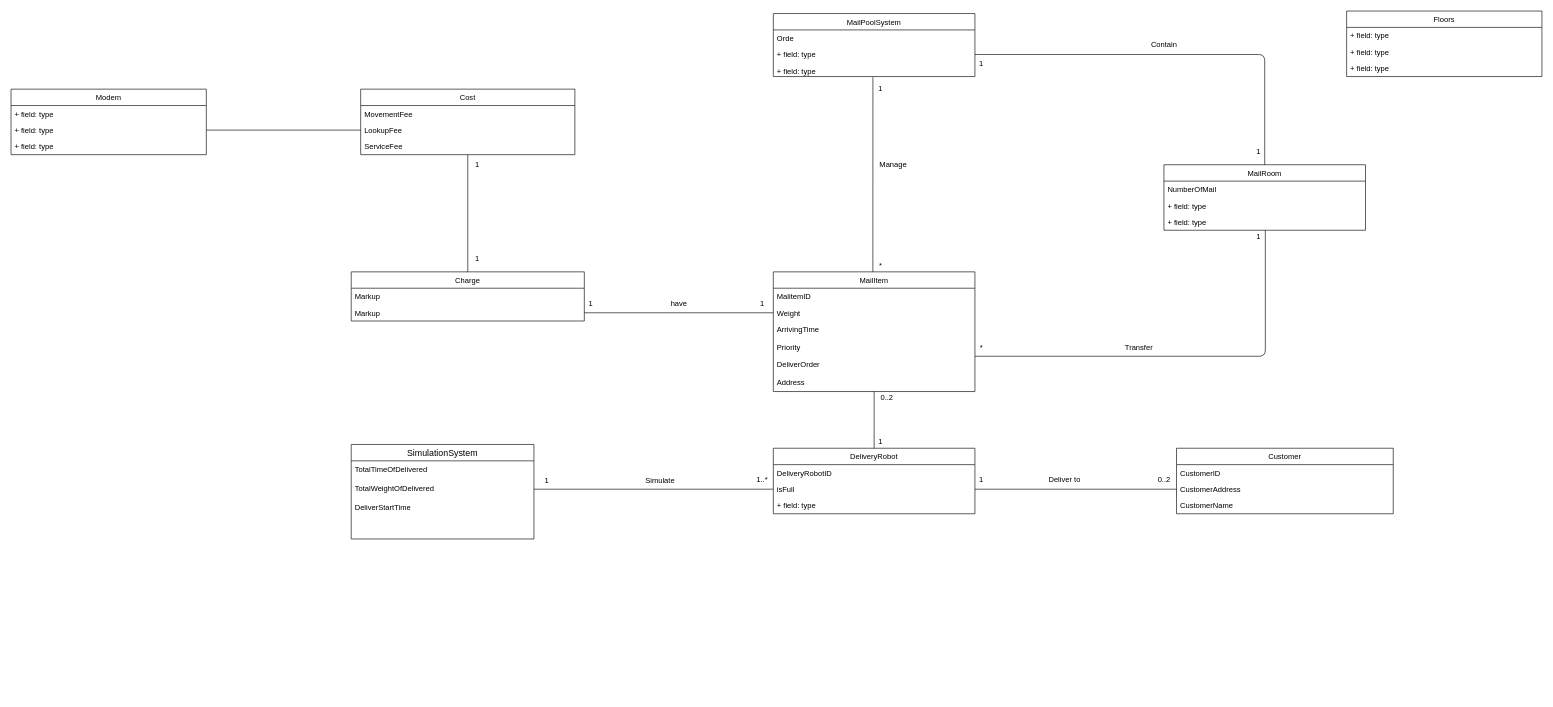
UOM-Su/swen30006-Project-1 keeps this draw.io diagram as Automail/Domain-Model.drawio. Above is the earlier version. Source tidied: cells renumbered, new cells numbered last; positions are measured from the earlier drawing's top-left corner, leaving out a move shared by most shapes. Both pictures are drawn from the tidied source at 63%, with x=0, y=0 at pixel (11, 11).
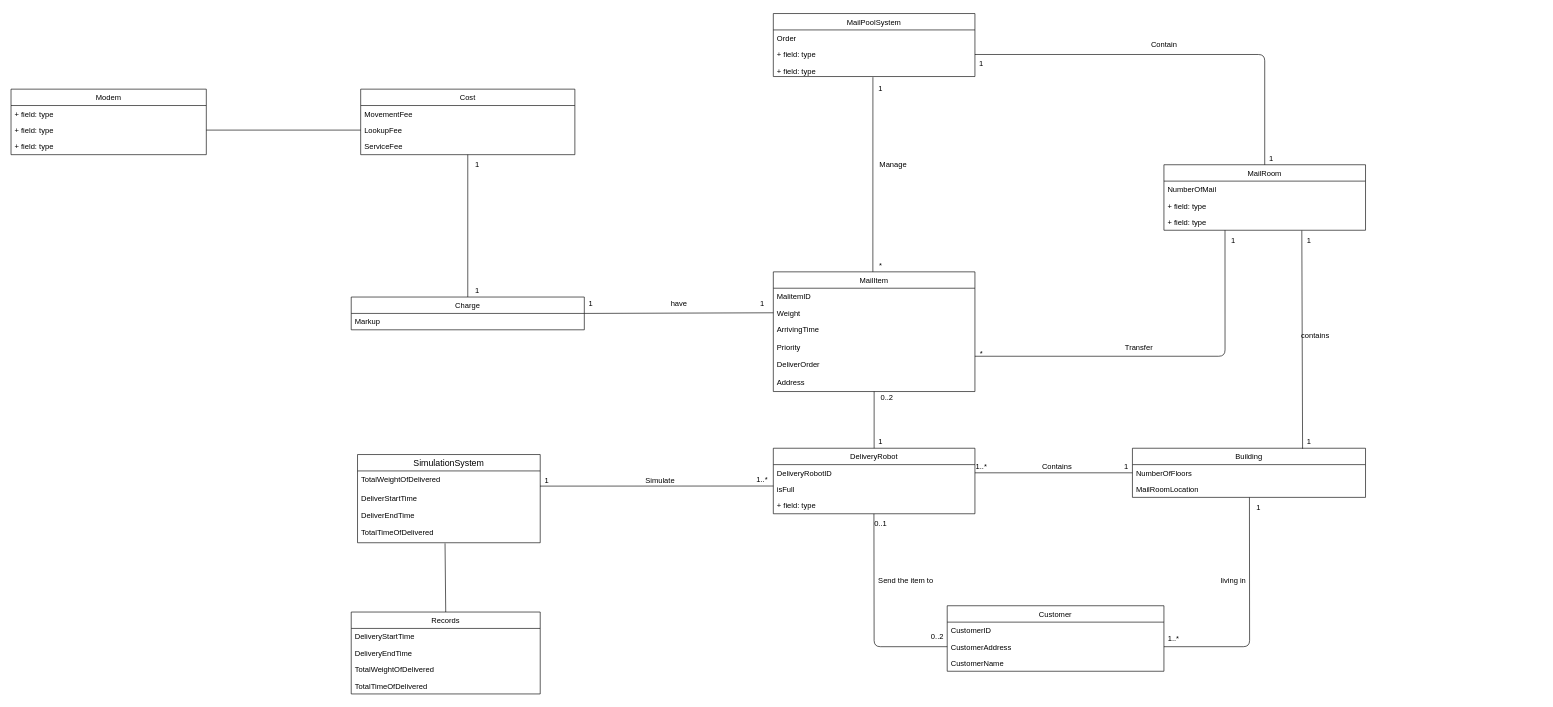
The same diagram, later.

Commit message (it also covers changes not shown here):
finish domain model

The change refers to these unchanged cells:
```xml
<mxCell id="4" value="Weight" style="text;strokeColor=none;fillColor=none;align=left;verticalAlign=top;spacingLeft=4;spacingRight=4;overflow=hidden;points=[[0,0.5],[1,0.5]];portConstraint=eastwest;" parent="2" vertex="1">
  <mxGeometry y="52" width="320" height="26" as="geometry" />
</mxCell>
<mxCell id="5" value="ArrivingTime&#10;&#10;Priority&#10;&#10;DeliverOrder&#10;&#10;Address&#10;" style="text;strokeColor=none;fillColor=none;align=left;verticalAlign=top;spacingLeft=4;spacingRight=4;overflow=hidden;points=[[0,0.5],[1,0.5]];portConstraint=eastwest;" parent="2" vertex="1">
  <mxGeometry y="78" width="320" height="112" as="geometry" />
</mxCell>
<mxCell id="15" value="+ field: type" style="text;strokeColor=none;fillColor=none;align=left;verticalAlign=top;spacingLeft=4;spacingRight=4;overflow=hidden;points=[[0,0.5],[1,0.5]];portConstraint=eastwest;" parent="12" vertex="1">
  <mxGeometry y="78" width="320" height="26" as="geometry" />
</mxCell>
<mxCell id="16" value="MailPoolSystem" style="swimlane;fontStyle=0;horizontal=1;startSize=26;fillColor=none;" parent="1" vertex="1">
  <mxGeometry x="1210" y="4" width="320" height="100" as="geometry" />
</mxCell>
<mxCell id="28" value="DeliveryRobotID" style="text;strokeColor=none;fillColor=none;align=left;verticalAlign=top;spacingLeft=4;spacingRight=4;overflow=hidden;points=[[0,0.5],[1,0.5]];portConstraint=eastwest;" parent="27" vertex="1">
  <mxGeometry y="26" width="320" height="26" as="geometry" />
</mxCell>
<mxCell id="29" value="isFull" style="text;strokeColor=none;fillColor=none;align=left;verticalAlign=top;spacingLeft=4;spacingRight=4;overflow=hidden;points=[[0,0.5],[1,0.5]];portConstraint=eastwest;" parent="27" vertex="1">
  <mxGeometry y="52" width="320" height="26" as="geometry" />
</mxCell>
<mxCell id="30" value="+ field: type" style="text;strokeColor=none;fillColor=none;align=left;verticalAlign=top;spacingLeft=4;spacingRight=4;overflow=hidden;points=[[0,0.5],[1,0.5]];portConstraint=eastwest;" parent="27" vertex="1">
  <mxGeometry y="78" width="320" height="26" as="geometry" />
</mxCell>
```

What changed in the source:
```diff
@@
-    <mxCell id="9" style="endArrow=none;html=1;entryX=0.503;entryY=1;entryDx=0;entryDy=0;entryPerimeter=0;exitX=1;exitY=0.5;exitDx=0;exitDy=0;" parent="1" edge="1" source="5" target="15">
+    <mxCell id="9" style="endArrow=none;html=1;entryX=0.303;entryY=1;entryDx=0;entryDy=0;entryPerimeter=0;exitX=1;exitY=0.5;exitDx=0;exitDy=0;" parent="1" edge="1" source="5" target="15">
       <mxGeometry relative="1" as="geometry">
         <Array as="points">
-          <mxPoint x="1991" y="548" />
+          <mxPoint x="1927" y="548" />
         </Array>
       </mxGeometry>
     </mxCell>
     <mxCell id="10" value="1" style="text;html=1;align=center;verticalAlign=middle;" parent="1" vertex="1">
-      <mxGeometry x="1970" y="348" width="20" height="20" as="geometry" />
+      <mxGeometry x="1930" y="354" width="20" height="20" as="geometry" />
     </mxCell>
     <mxCell id="11" value="*" style="text;html=1;align=center;verticalAlign=middle;" parent="1" vertex="1">
-      <mxGeometry x="1530" y="524" width="20" height="20" as="geometry" />
+      <mxGeometry x="1530" y="534" width="20" height="20" as="geometry" />
     </mxCell>
@@
-    <mxCell id="17" value="Orde" style="text;strokeColor=none;fillColor=none;align=left;verticalAlign=top;spacingLeft=4;spacingRight=4;overflow=hidden;" parent="16" vertex="1">
+    <mxCell id="17" value="Order" style="text;strokeColor=none;fillColor=none;align=left;verticalAlign=top;spacingLeft=4;spacingRight=4;overflow=hidden;" parent="16" vertex="1">
       <mxGeometry y="26" width="320" height="26" as="geometry" />
     </mxCell>
@@
     <mxCell id="21" value="1" style="text;html=1;align=center;verticalAlign=middle;" parent="1" vertex="1">
-      <mxGeometry x="1970" y="214" width="20" height="20" as="geometry" />
+      <mxGeometry x="1990" y="224" width="20" height="20" as="geometry" />
     </mxCell>
@@
-    <mxCell id="33" style="endArrow=none;html=1;exitX=0;exitY=0.5;exitDx=0;exitDy=0;entryX=1;entryY=0.5;entryDx=0;entryDy=0;" parent="1" edge="1" source="29" target="71">
+    <mxCell id="33" style="endArrow=none;html=1;exitX=0;exitY=0.306;exitDx=0;exitDy=0;entryX=0.999;entryY=0.804;entryDx=0;entryDy=0;entryPerimeter=0;exitPerimeter=0;" parent="1" edge="1" source="29" target="71">
       <mxGeometry relative="1" as="geometry" />
     </mxCell>
@@
-    <mxCell id="37" value="Floors" style="swimlane;fontStyle=0;horizontal=1;startSize=26;fillColor=none;" parent="1" vertex="1">
-      <mxGeometry x="2120" width="310" height="104" as="geometry" />
-    </mxCell>
-    <mxCell id="38" value="+ field: type" style="text;strokeColor=none;fillColor=none;align=left;verticalAlign=top;spacingLeft=4;spacingRight=4;overflow=hidden;" parent="37" vertex="1">
-      <mxGeometry y="26" width="310" height="26" as="geometry" />
-    </mxCell>
-    <mxCell id="39" value="+ field: type" style="text;strokeColor=none;fillColor=none;align=left;verticalAlign=top;spacingLeft=4;spacingRight=4;overflow=hidden;" parent="37" vertex="1">
-      <mxGeometry y="52" width="310" height="26" as="geometry" />
-    </mxCell>
-    <mxCell id="40" value="+ field: type" style="text;strokeColor=none;fillColor=none;align=left;verticalAlign=top;spacingLeft=4;spacingRight=4;overflow=hidden;" parent="37" vertex="1">
-      <mxGeometry y="78" width="310" height="26" as="geometry" />
-    </mxCell>
-    <mxCell id="41" style="endArrow=none;html=1;exitX=1;exitY=0.5;exitDx=0;exitDy=0;entryX=0;entryY=0.5;entryDx=0;entryDy=0;" parent="1" edge="1" source="29" target="46">
-      <mxGeometry relative="1" as="geometry" />
-    </mxCell>
-    <mxCell id="42" value="Deliver to" style="text;html=1;align=center;verticalAlign=middle;" parent="1" vertex="1">
-      <mxGeometry x="1637" y="734" width="70" height="20" as="geometry" />
-    </mxCell>
-    <mxCell id="43" value="0..2" style="text;html=1;align=center;verticalAlign=middle;" parent="1" vertex="1">
-      <mxGeometry x="1810" y="734" width="40" height="20" as="geometry" />
-    </mxCell>
-    <mxCell id="44" value="Customer" style="swimlane;fontStyle=0;horizontal=1;startSize=26;fillColor=none;" parent="1" vertex="1">
-      <mxGeometry x="1850" y="694" width="344" height="104" as="geometry" />
-    </mxCell>
-    <mxCell id="45" value="CustomerID" style="text;strokeColor=none;fillColor=none;align=left;verticalAlign=top;spacingLeft=4;spacingRight=4;overflow=hidden;" parent="44" vertex="1">
-      <mxGeometry y="26" width="344" height="26" as="geometry" />
-    </mxCell>
-    <mxCell id="46" value="CustomerAddress" style="text;strokeColor=none;fillColor=none;align=left;verticalAlign=top;spacingLeft=4;spacingRight=4;overflow=hidden;points=[[0,0.5],[1,0.5]];portConstraint=eastwest;" parent="44" vertex="1">
-      <mxGeometry y="52" width="344" height="26" as="geometry" />
-    </mxCell>
-    <mxCell id="47" value="CustomerName" style="text;strokeColor=none;fillColor=none;align=left;verticalAlign=top;spacingLeft=4;spacingRight=4;overflow=hidden;" parent="44" vertex="1">
-      <mxGeometry y="78" width="344" height="26" as="geometry" />
-    </mxCell>
-    <mxCell id="48" value="1" style="text;html=1;align=center;verticalAlign=middle;" parent="1" vertex="1">
-      <mxGeometry x="1530" y="734" width="20" height="20" as="geometry" />
-    </mxCell>
-    <mxCell id="49" value="Charge" style="swimlane;fontStyle=0;horizontal=1;startSize=26;fillColor=none;" parent="1" vertex="1">
-      <mxGeometry x="540" y="414" width="370" height="78" as="geometry" />
-    </mxCell>
-    <mxCell id="50" value="Markup" style="text;strokeColor=none;fillColor=none;align=left;verticalAlign=top;spacingLeft=4;spacingRight=4;overflow=hidden;" parent="49" vertex="1">
-      <mxGeometry y="26" width="370" height="26" as="geometry" />
-    </mxCell>
-    <mxCell id="51" value="Markup" style="text;strokeColor=none;fillColor=none;align=left;verticalAlign=top;spacingLeft=4;spacingRight=4;overflow=hidden;points=[[0,0.5],[1,0.5]];portConstraint=eastwest;" parent="49" vertex="1">
-      <mxGeometry y="52" width="370" height="26" as="geometry" />
-    </mxCell>
-    <mxCell id="52" style="endArrow=none;html=1;exitX=0;exitY=0.5;exitDx=0;exitDy=0;entryX=1;entryY=0.5;entryDx=0;entryDy=0;" parent="1" edge="1" source="4" target="51">
+    <mxCell id="52" style="endArrow=none;html=1;exitX=0;exitY=0.5;exitDx=0;exitDy=0;entryX=1;entryY=0.5;entryDx=0;entryDy=0;" parent="1" edge="1" source="4" target="49">
       <mxGeometry relative="1" as="geometry" />
     </mxCell>
@@
     <mxCell id="66" value="1" style="text;html=1;align=center;verticalAlign=middle;" parent="1" vertex="1">
-      <mxGeometry x="730" y="384" width="20" height="20" as="geometry" />
+      <mxGeometry x="730" y="434" width="20" height="20" as="geometry" />
     </mxCell>
@@
     <mxCell id="68" style="group;" parent="1" vertex="1">
-      <mxGeometry x="540" y="688" width="290" height="150" as="geometry" />
+      <mxGeometry x="550" y="704" width="290" height="150" as="geometry" />
     </mxCell>
     <mxCell id="69" value="SimulationSystem" style="swimlane;fontStyle=0;horizontal=1;startSize=26;align=center;fontSize=14;" parent="68" vertex="1">
-      <mxGeometry width="290" height="150" as="geometry" />
+      <mxGeometry width="290" height="140" as="geometry" />
     </mxCell>
-    <mxCell id="70" value="TotalTimeOfDelivered" style="text;strokeColor=none;fillColor=none;spacingLeft=4;spacingRight=4;overflow=hidden;points=[[0,0.5],[1,0.5]];portConstraint=eastwest;fontSize=12;" parent="69" vertex="1">
-      <mxGeometry y="26" width="290" height="30" as="geometry" />
-    </mxCell>
     <mxCell id="71" value="TotalWeightOfDelivered" style="text;strokeColor=none;fillColor=none;spacingLeft=4;spacingRight=4;overflow=hidden;points=[[0,0.5],[1,0.5]];portConstraint=eastwest;fontSize=12;" parent="69" vertex="1">
-      <mxGeometry y="56" width="290" height="30" as="geometry" />
+      <mxGeometry y="26" width="290" height="30" as="geometry" />
     </mxCell>
-    <mxCell id="72" value="DeliverStartTime" style="text;strokeColor=none;fillColor=none;spacingLeft=4;spacingRight=4;overflow=hidden;fontSize=12;" parent="69" vertex="1">
-      <mxGeometry y="86" width="290" height="64" as="geometry" />
+    <mxCell id="72" value="DeliverStartTime&#10;&#10;DeliverEndTime" style="text;strokeColor=none;fillColor=none;spacingLeft=4;spacingRight=4;overflow=hidden;fontSize=12;" parent="69" vertex="1">
+      <mxGeometry y="56" width="290" height="84" as="geometry" />
     </mxCell>
+    <mxCell id="70" value="TotalTimeOfDelivered" style="text;strokeColor=none;fillColor=none;spacingLeft=4;spacingRight=4;overflow=hidden;points=[[0,0.5],[1,0.5]];portConstraint=eastwest;fontSize=12;" parent="68" vertex="1">
+      <mxGeometry y="110" width="290" height="30" as="geometry" />
+    </mxCell>
+    <mxCell id="73" value="Contains" style="text;html=1;align=center;verticalAlign=middle;" parent="1" vertex="1">
+      <mxGeometry x="1630" y="714" width="60" height="20" as="geometry" />
+    </mxCell>
+    <mxCell id="74" value="1..*" style="text;html=1;align=center;verticalAlign=middle;" parent="1" vertex="1">
+      <mxGeometry x="1525" y="714" width="30" height="20" as="geometry" />
+    </mxCell>
+    <mxCell id="75" value="1" style="text;html=1;align=center;verticalAlign=middle;" parent="1" vertex="1">
+      <mxGeometry x="1760" y="714" width="20" height="20" as="geometry" />
+    </mxCell>
+    <mxCell id="76" style="endArrow=none;html=1;exitX=1;exitY=0.5;exitDx=0;exitDy=0;entryX=0;entryY=0.5;entryDx=0;entryDy=0;" parent="1" edge="1" source="28" target="78">
+      <mxGeometry relative="1" as="geometry" />
+    </mxCell>
+    <mxCell id="77" value="Building" style="swimlane;fontStyle=0;horizontal=1;startSize=26;fillColor=none;" parent="1" vertex="1">
+      <mxGeometry x="1780" y="694" width="370" height="78" as="geometry" />
+    </mxCell>
+    <mxCell id="78" value="NumberOfFloors" style="text;strokeColor=none;fillColor=none;align=left;verticalAlign=top;spacingLeft=4;spacingRight=4;overflow=hidden;points=[[0,0.5],[1,0.5]];portConstraint=eastwest;" parent="77" vertex="1">
+      <mxGeometry y="26" width="370" height="26" as="geometry" />
+    </mxCell>
+    <mxCell id="79" value="MailRoomLocation" style="text;strokeColor=none;fillColor=none;align=left;verticalAlign=top;spacingLeft=4;spacingRight=4;overflow=hidden;points=[[0,0.5],[1,0.5]];portConstraint=eastwest;" parent="77" vertex="1">
+      <mxGeometry y="52" width="370" height="26" as="geometry" />
+    </mxCell>
+    <mxCell id="44" value="Customer" style="swimlane;fontStyle=0;horizontal=1;startSize=26;fillColor=none;" parent="1" vertex="1">
+      <mxGeometry x="1486" y="944" width="344" height="104" as="geometry" />
+    </mxCell>
+    <mxCell id="45" value="CustomerID" style="text;strokeColor=none;fillColor=none;align=left;verticalAlign=top;spacingLeft=4;spacingRight=4;overflow=hidden;" parent="44" vertex="1">
+      <mxGeometry y="26" width="344" height="26" as="geometry" />
+    </mxCell>
+    <mxCell id="46" value="CustomerAddress" style="text;strokeColor=none;fillColor=none;align=left;verticalAlign=top;spacingLeft=4;spacingRight=4;overflow=hidden;points=[[0,0.5],[1,0.5]];portConstraint=eastwest;" parent="44" vertex="1">
+      <mxGeometry y="52" width="344" height="26" as="geometry" />
+    </mxCell>
+    <mxCell id="47" value="CustomerName" style="text;strokeColor=none;fillColor=none;align=left;verticalAlign=top;spacingLeft=4;spacingRight=4;overflow=hidden;" parent="44" vertex="1">
+      <mxGeometry y="78" width="344" height="26" as="geometry" />
+    </mxCell>
+    <mxCell id="80" style="endArrow=none;html=1;entryX=0.499;entryY=1.005;entryDx=0;entryDy=0;entryPerimeter=0;exitX=0;exitY=0.5;exitDx=0;exitDy=0;" parent="1" edge="1" source="46" target="30">
+      <mxGeometry relative="1" as="geometry">
+        <Array as="points">
+          <mxPoint x="1370" y="1009" />
+        </Array>
+      </mxGeometry>
+    </mxCell>
+    <mxCell id="81" style="endArrow=none;html=1;entryX=0.502;entryY=1.006;entryDx=0;entryDy=0;entryPerimeter=0;exitX=1;exitY=0.5;exitDx=0;exitDy=0;" parent="1" edge="1" source="46" target="79">
+      <mxGeometry relative="1" as="geometry">
+        <Array as="points">
+          <mxPoint x="1966" y="1009" />
+        </Array>
+      </mxGeometry>
+    </mxCell>
+    <mxCell id="49" value="Charge" style="swimlane;fontStyle=0;horizontal=1;startSize=26;fillColor=none;" parent="1" vertex="1">
+      <mxGeometry x="540" y="454" width="370" height="52" as="geometry" />
+    </mxCell>
+    <mxCell id="50" value="Markup" style="text;strokeColor=none;fillColor=none;align=left;verticalAlign=top;spacingLeft=4;spacingRight=4;overflow=hidden;" parent="49" vertex="1">
+      <mxGeometry y="26" width="370" height="26" as="geometry" />
+    </mxCell>
+    <mxCell id="82" style="endArrow=none;html=1;entryX=0.479;entryY=1.033;entryDx=0;entryDy=0;entryPerimeter=0;exitX=0.5;exitY=0;exitDx=0;exitDy=0;" parent="1" edge="1" source="83" target="70">
+      <mxGeometry relative="1" as="geometry" />
+    </mxCell>
+    <mxCell id="83" value="Records" style="swimlane;fontStyle=0;horizontal=1;startSize=26;fillColor=none;" parent="1" vertex="1">
+      <mxGeometry x="540" y="954" width="300" height="130" as="geometry" />
+    </mxCell>
+    <mxCell id="84" value="DeliveryStartTime" style="text;strokeColor=none;fillColor=none;align=left;verticalAlign=top;spacingLeft=4;spacingRight=4;overflow=hidden;" parent="83" vertex="1">
+      <mxGeometry y="26" width="300" height="26" as="geometry" />
+    </mxCell>
+    <mxCell id="85" value="DeliveryEndTime" style="text;strokeColor=none;fillColor=none;align=left;verticalAlign=top;spacingLeft=4;spacingRight=4;overflow=hidden;" parent="83" vertex="1">
+      <mxGeometry y="52" width="300" height="26" as="geometry" />
+    </mxCell>
+    <mxCell id="86" value="TotalWeightOfDelivered" style="text;strokeColor=none;fillColor=none;align=left;verticalAlign=top;spacingLeft=4;spacingRight=4;overflow=hidden;" parent="83" vertex="1">
+      <mxGeometry y="78" width="300" height="26" as="geometry" />
+    </mxCell>
+    <mxCell id="87" value="TotalTimeOfDelivered" style="text;strokeColor=none;fillColor=none;align=left;verticalAlign=top;spacingLeft=4;spacingRight=4;overflow=hidden;" parent="83" vertex="1">
+      <mxGeometry y="104" width="300" height="26" as="geometry" />
+    </mxCell>
+    <mxCell id="88" value="Send the item to" style="text;html=1;align=center;verticalAlign=middle;rotation=0;" parent="1" vertex="1">
+      <mxGeometry x="1370" y="894" width="100" height="20" as="geometry" />
+    </mxCell>
+    <mxCell id="89" value="0..1" style="text;html=1;align=center;verticalAlign=middle;" parent="1" vertex="1">
+      <mxGeometry x="1360" y="804" width="40" height="20" as="geometry" />
+    </mxCell>
+    <mxCell id="43" value="0..2" style="text;html=1;align=center;verticalAlign=middle;" parent="1" vertex="1">
+      <mxGeometry x="1450" y="984" width="40" height="20" as="geometry" />
+    </mxCell>
+    <mxCell id="90" value="living in" style="text;html=1;align=center;verticalAlign=middle;" parent="1" vertex="1">
+      <mxGeometry x="1910" y="894" width="60" height="20" as="geometry" />
+    </mxCell>
+    <mxCell id="91" value="1" style="text;html=1;align=center;verticalAlign=middle;" parent="1" vertex="1">
+      <mxGeometry x="1970" y="778" width="20" height="20" as="geometry" />
+    </mxCell>
+    <mxCell id="92" value="1..*" style="text;html=1;align=center;verticalAlign=middle;" parent="1" vertex="1">
+      <mxGeometry x="1830" y="986" width="30" height="20" as="geometry" />
+    </mxCell>
+    <mxCell id="93" style="endArrow=none;html=1;exitX=0.73;exitY=0.009;exitDx=0;exitDy=0;exitPerimeter=0;entryX=0.684;entryY=1.016;entryDx=0;entryDy=0;entryPerimeter=0;" parent="1" edge="1" source="77" target="15">
+      <mxGeometry relative="1" as="geometry" />
+    </mxCell>
+    <mxCell id="94" value="contains" style="text;html=1;align=center;verticalAlign=middle;" parent="1" vertex="1">
+      <mxGeometry x="2040" y="506" width="60" height="20" as="geometry" />
+    </mxCell>
+    <mxCell id="95" value="1" style="text;html=1;align=center;verticalAlign=middle;" parent="1" vertex="1">
+      <mxGeometry x="2050" y="674" width="20" height="20" as="geometry" />
+    </mxCell>
+    <mxCell id="96" value="1" style="text;html=1;align=center;verticalAlign=middle;" parent="1" vertex="1">
+      <mxGeometry x="2050" y="354" width="20" height="20" as="geometry" />
+    </mxCell>
```
